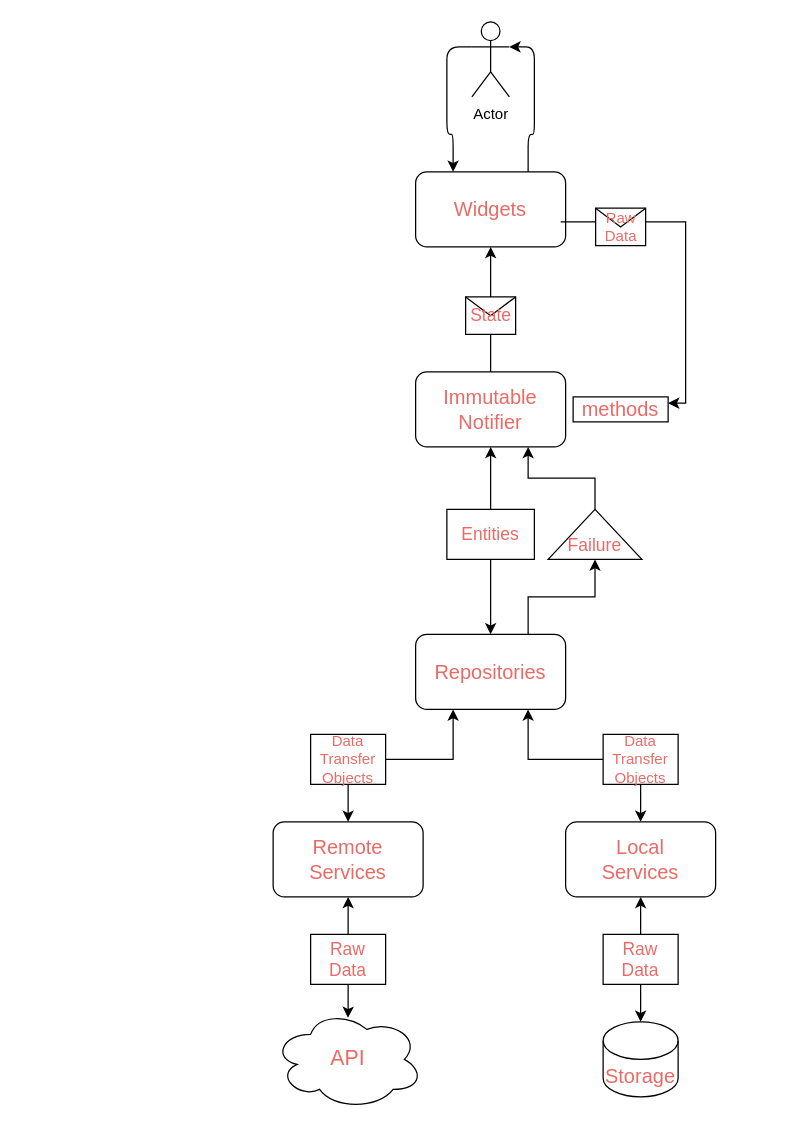
Earlier version of the draw.io diagram flutter/arch.drawio (michael-wang/diagrams). Source tidied: cells renumbered, new cells numbered last; positions are measured from the earlier drawing's top-left corner, leaving out a move shared by most shapes. Both pictures are drawn from the tidied source at 125%, with x=0, y=0 at pixel (272, 21).
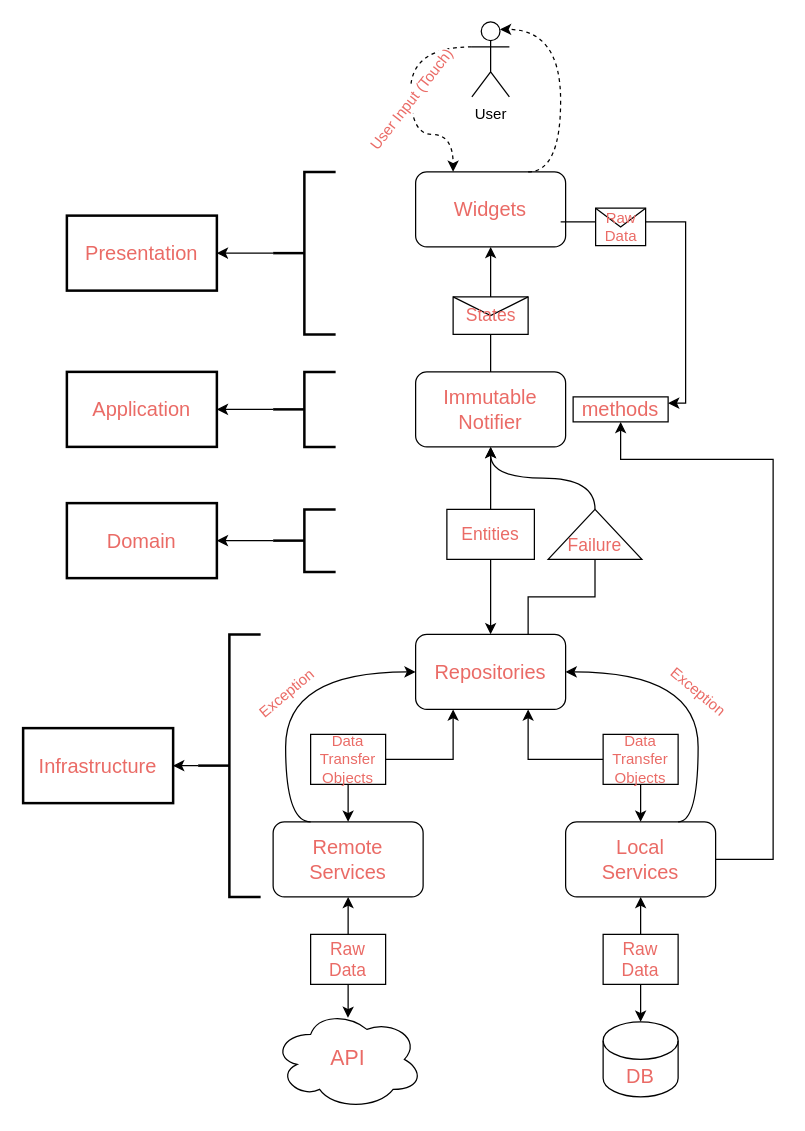
The same page after the edit.

Unchanged cells that the change refers to:
```xml
<mxCell id="5" value="&lt;font style=&quot;font-size: 16px&quot;&gt;Widgets&lt;/font&gt;" style="rounded=1;whiteSpace=wrap;html=1;fontColor=#EA6B66;" parent="1" vertex="1">
  <mxGeometry x="114" y="120" width="120" height="60" as="geometry" />
</mxCell>
<mxCell id="6" value="&lt;font style=&quot;font-size: 16px&quot;&gt;Immutable Notifier&lt;/font&gt;" style="rounded=1;whiteSpace=wrap;html=1;fontColor=#EA6B66;" parent="1" vertex="1">
  <mxGeometry x="114" y="280" width="120" height="60" as="geometry" />
</mxCell>
<mxCell id="7" style="endArrow=classic;html=1;rounded=0;fontSize=16;fontColor=#EA6B66;edgeStyle=orthogonalEdgeStyle;exitX=0.5;exitY=0;exitDx=0;exitDy=0;entryX=0.5;entryY=1;entryDx=0;entryDy=0;" parent="1" edge="1" source="6" target="5">
  <mxGeometry relative="1" as="geometry" />
</mxCell>
<mxCell id="9" value="methods" style="rounded=0;whiteSpace=wrap;html=1;fontSize=16;fontColor=#EA6B66;" parent="1" vertex="1">
  <mxGeometry x="240" y="300" width="76" height="20" as="geometry" />
</mxCell>
<mxCell id="16" value="Repositories" style="rounded=1;whiteSpace=wrap;html=1;fontSize=16;fontColor=#EA6B66;" parent="1" vertex="1">
  <mxGeometry x="114" y="490" width="120" height="60" as="geometry" />
</mxCell>
<mxCell id="18" value="Failure" style="triangle;whiteSpace=wrap;html=1;fontSize=14;fontColor=#EA6B66;direction=north;verticalAlign=bottom;" parent="1" vertex="1">
  <mxGeometry x="220" y="390" width="75" height="40" as="geometry" />
</mxCell>
<mxCell id="19" value="Remote&lt;br style=&quot;font-size: 16px;&quot;&gt;Services" style="rounded=1;whiteSpace=wrap;html=1;fontSize=16;fontColor=#EA6B66;verticalAlign=middle;" parent="1" vertex="1">
  <mxGeometry y="640" width="120" height="60" as="geometry" />
</mxCell>
<mxCell id="20" value="Local&lt;br style=&quot;font-size: 16px;&quot;&gt;Services" style="rounded=1;whiteSpace=wrap;html=1;fontSize=16;fontColor=#EA6B66;verticalAlign=middle;" parent="1" vertex="1">
  <mxGeometry x="234" y="640" width="120" height="60" as="geometry" />
</mxCell>
```

Diff of the diagram source:
```diff
@@
-    <mxCell id="2" style="edgeStyle=orthogonalEdgeStyle;sketch=0;jettySize=auto;html=1;shadow=0;fontSize=16;fontColor=#EA6B66;strokeColor=default;exitX=0;exitY=0.3333333333333333;exitDx=0;exitDy=0;exitPerimeter=0;entryX=0.25;entryY=0;entryDx=0;entryDy=0;rounded=1;jumpStyle=none;" parent="1" edge="1" source="3" target="5">
-      <mxGeometry relative="1" as="geometry" />
-    </mxCell>
-    <mxCell id="3" value="Actor" style="shape=umlActor;verticalLabelPosition=bottom;verticalAlign=top;html=1;outlineConnect=0;" parent="1" vertex="1">
+    <mxCell id="3" value="User" style="shape=umlActor;verticalLabelPosition=bottom;verticalAlign=top;html=1;outlineConnect=0;" parent="1" vertex="1">
       <mxGeometry x="159" width="30" height="60" as="geometry" />
     </mxCell>
-    <mxCell id="4" style="edgeStyle=orthogonalEdgeStyle;rounded=1;sketch=0;jumpStyle=none;jettySize=auto;html=1;exitX=0.75;exitY=0;exitDx=0;exitDy=0;shadow=0;fontSize=16;fontColor=#EA6B66;strokeColor=default;entryX=1;entryY=0.3333333333333333;entryDx=0;entryDy=0;entryPerimeter=0;" parent="1" edge="1" source="5" target="3">
-      <mxGeometry relative="1" as="geometry" />
-    </mxCell>
@@
-    <mxCell id="8" value="State" style="shape=message;html=1;fontSize=14;fontColor=#EA6B66;" parent="7" vertex="1">
-      <mxGeometry width="40" height="30" relative="1" as="geometry">
-        <mxPoint x="-20" y="-10" as="offset" />
+    <mxCell id="8" value="States" style="shape=message;html=1;fontSize=14;fontColor=#EA6B66;" parent="7" vertex="1">
+      <mxGeometry width="60" height="30" relative="1" as="geometry">
+        <mxPoint x="-30" y="-10" as="offset" />
       </mxGeometry>
     </mxCell>
@@
-    <mxCell id="15" style="edgeStyle=orthogonalEdgeStyle;rounded=0;jettySize=auto;html=1;exitX=0.75;exitY=0;exitDx=0;exitDy=0;entryX=0;entryY=0.5;entryDx=0;entryDy=0;fontSize=14;fontColor=#EA6B66;" parent="1" edge="1" source="16" target="18">
+    <mxCell id="15" style="edgeStyle=orthogonalEdgeStyle;rounded=0;jettySize=auto;html=1;exitX=0.75;exitY=0;exitDx=0;exitDy=0;entryX=0;entryY=0.5;entryDx=0;entryDy=0;fontSize=14;fontColor=#EA6B66;endArrow=none;endFill=0;" parent="1" edge="1" source="16" target="18">
       <mxGeometry relative="1" as="geometry" />
     </mxCell>
@@
-    <mxCell id="17" style="edgeStyle=orthogonalEdgeStyle;rounded=0;jettySize=auto;html=1;entryX=0.75;entryY=1;entryDx=0;entryDy=0;fontSize=14;fontColor=#EA6B66;" parent="1" edge="1" source="18" target="6">
+    <mxCell id="17" style="edgeStyle=orthogonalEdgeStyle;curved=1;jettySize=auto;html=1;entryX=0.5;entryY=1;entryDx=0;entryDy=0;fontSize=12;fontColor=#EA6B66;" parent="1" edge="1" source="18" target="6">
       <mxGeometry relative="1" as="geometry" />
     </mxCell>
@@
+    <mxCell id="35" style="edgeStyle=orthogonalEdgeStyle;rounded=0;jettySize=auto;html=1;entryX=0.5;entryY=1;entryDx=0;entryDy=0;fontSize=16;fontColor=#EA6B66;exitX=1;exitY=0.5;exitDx=0;exitDy=0;" parent="1" edge="1" source="20" target="9">
+      <mxGeometry relative="1" as="geometry">
+        <Array as="points">
+          <mxPoint x="400" y="670" />
+          <mxPoint x="400" y="350" />
+          <mxPoint x="278" y="350" />
+        </Array>
+      </mxGeometry>
+    </mxCell>
@@
-    <mxCell id="31" value="Storage" style="shape=cylinder3;whiteSpace=wrap;html=1;boundedLbl=1;backgroundOutline=1;size=15;fontSize=16;fontColor=#EA6B66;verticalAlign=middle;" parent="1" vertex="1">
+    <mxCell id="31" value="&lt;div&gt;&lt;span&gt;DB&lt;/span&gt;&lt;/div&gt;" style="shape=cylinder3;whiteSpace=wrap;html=1;boundedLbl=1;backgroundOutline=1;size=15;fontSize=16;fontColor=#EA6B66;verticalAlign=middle;align=center;" parent="1" vertex="1">
       <mxGeometry x="264" y="800" width="60" height="60" as="geometry" />
     </mxCell>
@@
+    <mxCell id="36" style="edgeStyle=orthogonalEdgeStyle;rounded=0;jettySize=auto;html=1;" parent="1" edge="1" source="37" target="38">
+      <mxGeometry relative="1" as="geometry" />
+    </mxCell>
+    <mxCell id="37" style="strokeWidth=2;html=1;shape=mxgraph.flowchart.annotation_2;align=left;labelPosition=right;" parent="1" vertex="1">
+      <mxGeometry y="120" width="50" height="130" as="geometry" />
+    </mxCell>
+    <mxCell id="38" value="Presentation" style="whiteSpace=wrap;html=1;align=center;strokeWidth=2;fontSize=16;fontColor=#EA6B66;" parent="1" vertex="1">
+      <mxGeometry x="-165" y="155" width="120" height="60" as="geometry" />
+    </mxCell>
+    <mxCell id="39" style="edgeStyle=orthogonalEdgeStyle;rounded=0;jettySize=auto;html=1;fontSize=16;fontColor=#EA6B66;" parent="1" edge="1" source="40" target="41">
+      <mxGeometry relative="1" as="geometry" />
+    </mxCell>
+    <mxCell id="40" style="strokeWidth=2;html=1;shape=mxgraph.flowchart.annotation_2;align=left;labelPosition=right;fontSize=16;fontColor=#EA6B66;" parent="1" vertex="1">
+      <mxGeometry y="280" width="50" height="60" as="geometry" />
+    </mxCell>
+    <mxCell id="41" value="Application" style="whiteSpace=wrap;html=1;fontSize=16;fontColor=#EA6B66;align=center;strokeWidth=2;" parent="1" vertex="1">
+      <mxGeometry x="-165" y="280" width="120" height="60" as="geometry" />
+    </mxCell>
+    <mxCell id="42" style="edgeStyle=orthogonalEdgeStyle;rounded=0;jettySize=auto;html=1;fontSize=16;fontColor=#EA6B66;" parent="1" edge="1" source="43" target="44">
+      <mxGeometry relative="1" as="geometry" />
+    </mxCell>
+    <mxCell id="43" style="strokeWidth=2;html=1;shape=mxgraph.flowchart.annotation_2;align=left;labelPosition=right;fontSize=16;fontColor=#EA6B66;" parent="1" vertex="1">
+      <mxGeometry y="390" width="50" height="50" as="geometry" />
+    </mxCell>
+    <mxCell id="44" value="Domain" style="whiteSpace=wrap;html=1;fontSize=16;fontColor=#EA6B66;align=center;strokeWidth=2;" parent="1" vertex="1">
+      <mxGeometry x="-165" y="385" width="120" height="60" as="geometry" />
+    </mxCell>
+    <mxCell id="45" style="edgeStyle=orthogonalEdgeStyle;rounded=0;jettySize=auto;html=1;fontSize=16;fontColor=#EA6B66;" parent="1" edge="1" source="46" target="47">
+      <mxGeometry relative="1" as="geometry" />
+    </mxCell>
+    <mxCell id="46" style="strokeWidth=2;html=1;shape=mxgraph.flowchart.annotation_2;align=left;labelPosition=right;fontSize=16;fontColor=#EA6B66;" parent="1" vertex="1">
+      <mxGeometry x="-60" y="490" width="50" height="210" as="geometry" />
+    </mxCell>
+    <mxCell id="47" value="Infrastructure" style="whiteSpace=wrap;html=1;fontSize=16;fontColor=#EA6B66;align=center;strokeWidth=2;" parent="1" vertex="1">
+      <mxGeometry x="-200" y="565" width="120" height="60" as="geometry" />
+    </mxCell>
+    <mxCell id="48" style="endArrow=classic;html=1;fontSize=16;fontColor=#EA6B66;edgeStyle=orthogonalEdgeStyle;exitX=0.25;exitY=0;exitDx=0;exitDy=0;entryX=0;entryY=0.5;entryDx=0;entryDy=0;curved=1;" parent="1" edge="1" source="19" target="16">
+      <mxGeometry relative="1" as="geometry">
+        <Array as="points">
+          <mxPoint x="10" y="640" />
+          <mxPoint x="10" y="520" />
+        </Array>
+      </mxGeometry>
+    </mxCell>
+    <mxCell id="49" value="Exception" style="edgeLabel;html=1;align=center;verticalAlign=middle;fontSize=12;fontColor=#EA6B66;rotation=320;" parent="48" vertex="1">
+      <mxGeometry relative="1" as="geometry" />
+    </mxCell>
+    <mxCell id="50" style="endArrow=classic;html=1;fontSize=16;fontColor=#EA6B66;edgeStyle=orthogonalEdgeStyle;curved=1;exitX=0.75;exitY=0;exitDx=0;exitDy=0;entryX=1;entryY=0.5;entryDx=0;entryDy=0;" parent="1" edge="1" source="20" target="16">
+      <mxGeometry relative="1" as="geometry">
+        <Array as="points">
+          <mxPoint x="340" y="640" />
+          <mxPoint x="340" y="520" />
+        </Array>
+      </mxGeometry>
+    </mxCell>
+    <mxCell id="51" value="Exception" style="edgeLabel;html=1;align=center;verticalAlign=middle;fontSize=12;fontColor=#EA6B66;rotation=40;" parent="50" vertex="1">
+      <mxGeometry relative="1" as="geometry" />
+    </mxCell>
+    <mxCell id="2" style="endArrow=classic;html=1;fontSize=16;fontColor=#EA6B66;edgeStyle=orthogonalEdgeStyle;entryX=0.25;entryY=0;entryDx=0;entryDy=0;curved=1;exitX=0;exitY=0.3333333333333333;exitDx=0;exitDy=0;exitPerimeter=0;dashed=1;" parent="1" edge="1" source="3" target="5">
+      <mxGeometry relative="1" as="geometry">
+        <Array as="points">
+          <mxPoint x="110" y="20" />
+          <mxPoint x="110" y="90" />
+        </Array>
+      </mxGeometry>
+    </mxCell>
+    <mxCell id="52" value="User Input (Touch)" style="edgeLabel;html=1;align=center;verticalAlign=middle;fontSize=12;fontColor=#EA6B66;rotation=308;" parent="2" vertex="1">
+      <mxGeometry relative="1" as="geometry" />
+    </mxCell>
+    <mxCell id="4" style="curved=1;endArrow=classic;html=1;dashed=1;fontSize=12;fontColor=#EA6B66;edgeStyle=orthogonalEdgeStyle;elbow=vertical;exitX=0.75;exitY=0;exitDx=0;exitDy=0;entryX=0.75;entryY=0.1;entryDx=0;entryDy=0;entryPerimeter=0;" parent="1" edge="1" source="5" target="3">
+      <mxGeometry relative="1" as="geometry">
+        <Array as="points">
+          <mxPoint x="230" y="120" />
+          <mxPoint x="230" y="6" />
+        </Array>
+      </mxGeometry>
+    </mxCell>
```
